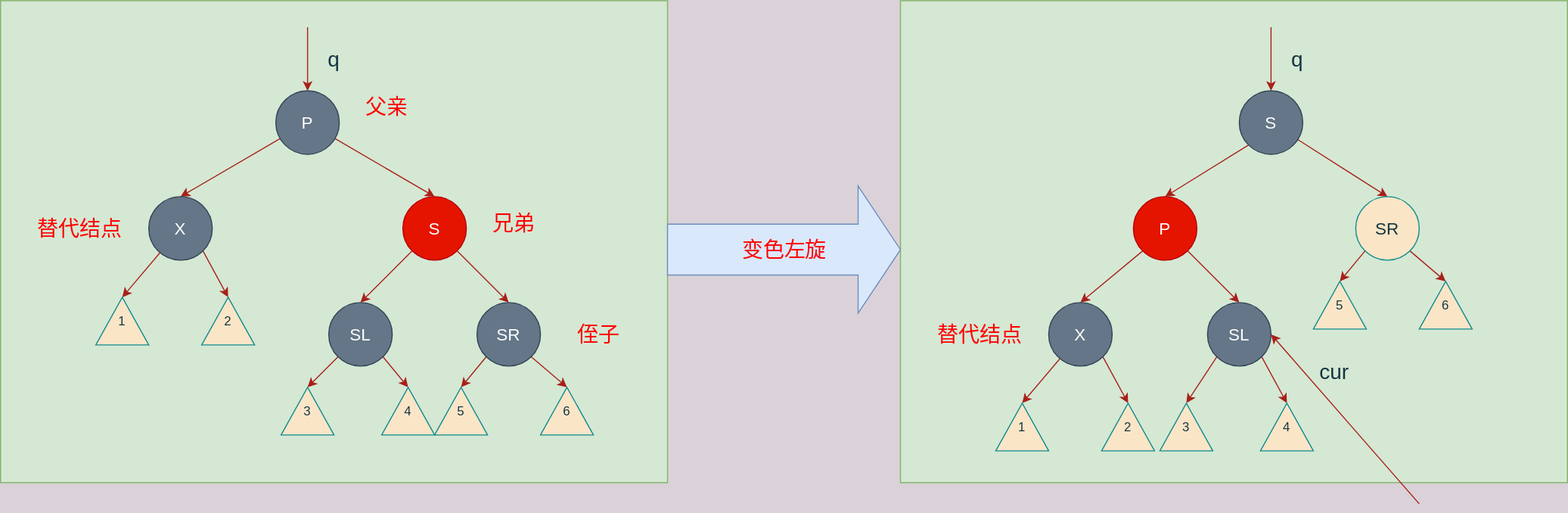
Above: Ds/Summary/images/红黑树_删除自平衡_替代为黑兄弟为红.svg in Jinhua-Lee/DsAndAlg (draw.io), before the change. Source tidied: cells renumbered, new cells last; positions are measured from the earlier drawing's top-left corner, leaving out a move shared by most shapes.
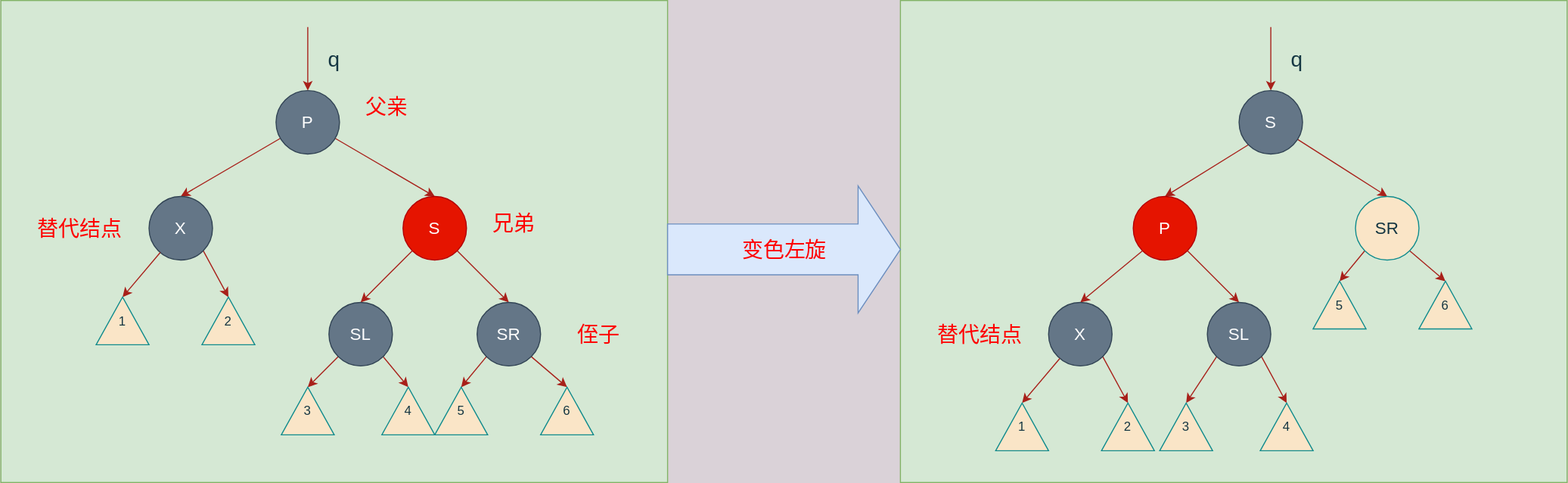
Above is the later version.

Change to the diagram source:
```diff
@@ -173,13 +173,5 @@
     <mxCell id="55" value="6" style="triangle;whiteSpace=wrap;html=1;rounded=0;sketch=0;strokeColor=#0F8B8D;fillColor=#FAE5C7;fontColor=#143642;direction=north;" parent="1" vertex="1">
       <mxGeometry x="1340" y="265" width="50" height="45" as="geometry" />
     </mxCell>
-    <mxCell id="56" style="endArrow=classic;html=1;strokeColor=#A8201A;fillColor=#FAE5C7;fontColor=#143642;entryX=1;entryY=0.5;entryDx=0;entryDy=0;" parent="1" edge="1" target="45">
-      <mxGeometry relative="1" as="geometry">
-        <mxPoint x="1340" y="475" as="sourcePoint" />
-      </mxGeometry>
-    </mxCell>
-    <mxCell id="57" value="&lt;font style=&quot;font-size: 20px&quot;&gt;cur&lt;/font&gt;" style="text;html=1;strokeColor=none;fillColor=none;align=center;verticalAlign=middle;whiteSpace=wrap;rounded=0;sketch=0;fontColor=#143642;" parent="1" vertex="1">
-      <mxGeometry x="1240" y="340" width="40" height="20" as="geometry" />
-    </mxCell>
   </root>
 </mxGraphModel>
```
